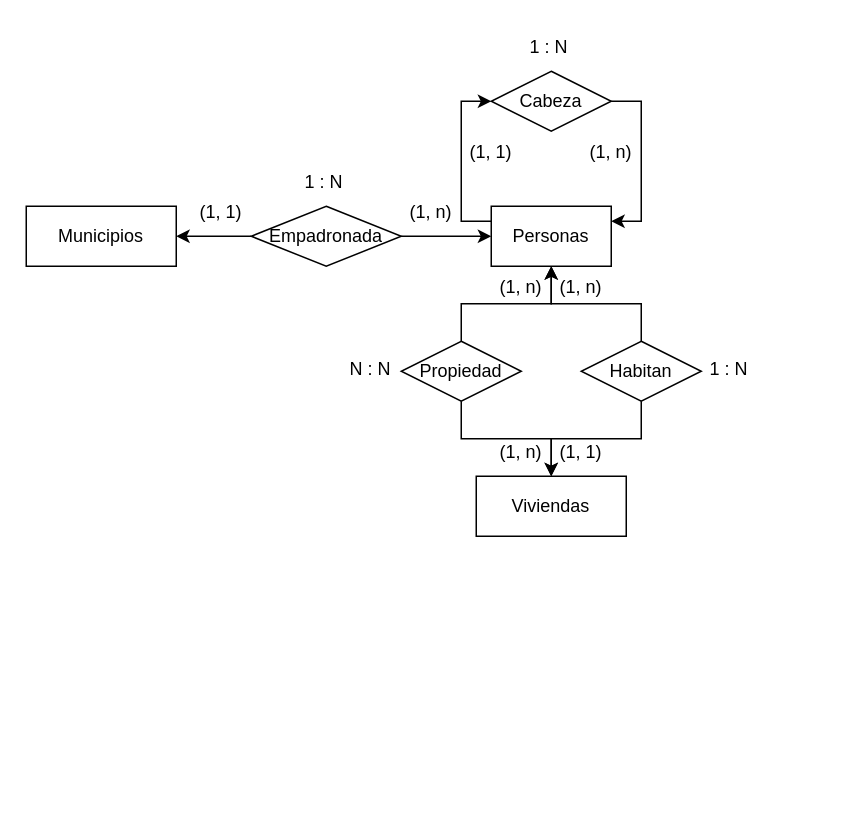
This is Ejercicio_Cuatro.drawio from Lioteronn/erp-diagrams, a draw.io file, before an edit. Source tidied: cells renumbered, new cells numbered last; positions are measured from the earlier drawing's top-left corner, leaving out a move shared by most shapes. Both pictures are drawn from the tidied source at 150%, with x=0, y=0 at pixel (26, 26).
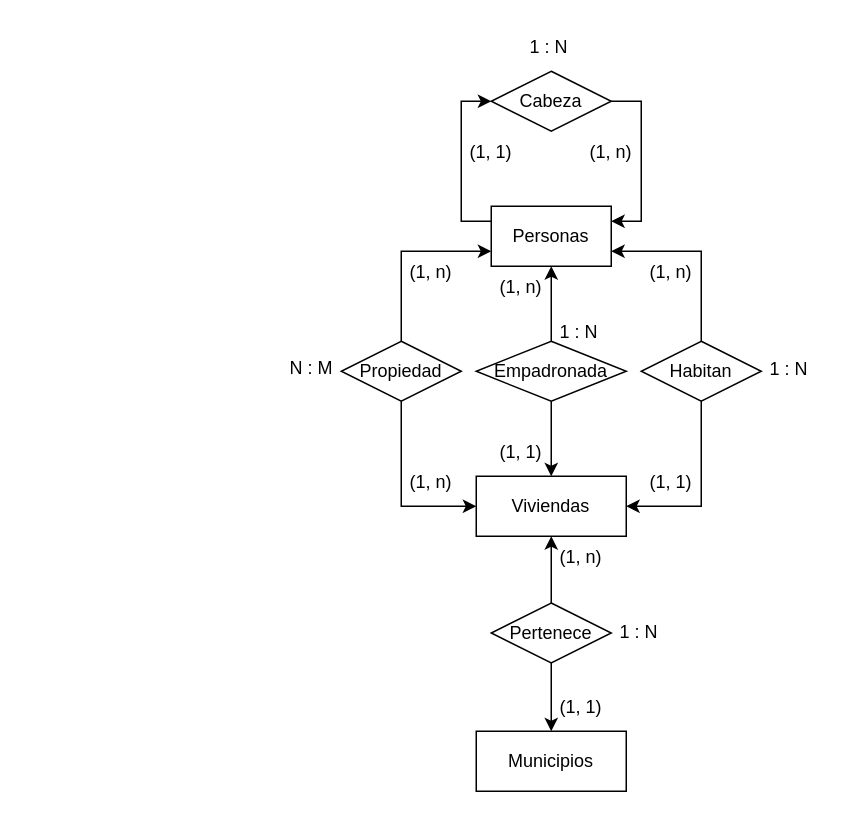
Above is the later version.

Unchanged cells that the change refers to:
```xml
<mxCell id="3" value="Viviendas" style="whiteSpace=wrap;html=1;align=center;" parent="1" vertex="1">
  <mxGeometry x="300" y="300" width="100" height="40" as="geometry" />
</mxCell>
<mxCell id="4" value="Personas" style="whiteSpace=wrap;html=1;align=center;" parent="1" vertex="1">
  <mxGeometry x="310" y="120" width="80" height="40" as="geometry" />
</mxCell>
```

What changed in the source:
```diff
@@
     <mxCell id="2" value="Municipios" style="whiteSpace=wrap;html=1;align=center;" parent="1" vertex="1">
-      <mxGeometry y="120" width="100" height="40" as="geometry" />
+      <mxGeometry x="300" y="470" width="100" height="40" as="geometry" />
     </mxCell>
@@
+    <mxCell id="29" style="edgeStyle=orthogonalEdgeStyle;rounded=0;jettySize=auto;html=1;entryX=0.5;entryY=0;entryDx=0;entryDy=0;" parent="1" edge="1" source="7" target="3">
+      <mxGeometry relative="1" as="geometry" />
+    </mxCell>
-    <mxCell id="5" style="edgeStyle=orthogonalEdgeStyle;rounded=0;jettySize=auto;html=1;" parent="1" edge="1" source="7" target="4">
+    <mxCell id="5" style="edgeStyle=orthogonalEdgeStyle;rounded=0;jettySize=auto;html=1;entryX=0.5;entryY=1;entryDx=0;entryDy=0;" parent="1" edge="1" source="7" target="4">
       <mxGeometry relative="1" as="geometry" />
     </mxCell>
-    <mxCell id="6" style="edgeStyle=orthogonalEdgeStyle;rounded=0;jettySize=auto;html=1;" parent="1" edge="1" source="7" target="2">
-      <mxGeometry relative="1" as="geometry" />
-    </mxCell>
     <mxCell id="7" value="Empadronada" style="shape=rhombus;perimeter=rhombusPerimeter;whiteSpace=wrap;html=1;align=center;" parent="1" vertex="1">
-      <mxGeometry x="150" y="120" width="100" height="40" as="geometry" />
+      <mxGeometry x="300" y="210" width="100" height="40" as="geometry" />
     </mxCell>
     <mxCell id="8" style="edgeStyle=orthogonalEdgeStyle;rounded=0;jettySize=auto;html=1;" parent="1" edge="1" source="10" target="4">
-      <mxGeometry relative="1" as="geometry" />
+      <mxGeometry relative="1" as="geometry">
+        <Array as="points">
+          <mxPoint x="450" y="150" />
+        </Array>
+      </mxGeometry>
     </mxCell>
     <mxCell id="9" style="edgeStyle=orthogonalEdgeStyle;rounded=0;jettySize=auto;html=1;" parent="1" edge="1" source="10" target="3">
-      <mxGeometry relative="1" as="geometry" />
+      <mxGeometry relative="1" as="geometry">
+        <Array as="points">
+          <mxPoint x="450" y="320" />
+        </Array>
+      </mxGeometry>
     </mxCell>
     <mxCell id="10" value="Habitan" style="shape=rhombus;perimeter=rhombusPerimeter;whiteSpace=wrap;html=1;align=center;rotation=0;" parent="1" vertex="1">
-      <mxGeometry x="370" y="210" width="80" height="40" as="geometry" />
+      <mxGeometry x="410" y="210" width="80" height="40" as="geometry" />
     </mxCell>
     <mxCell id="11" value="(1, 1)" style="text;strokeColor=none;fillColor=none;spacingLeft=4;spacingRight=4;overflow=hidden;fontSize=12;whiteSpace=wrap;html=1;" parent="1" vertex="1">
-      <mxGeometry x="110" y="110" width="40" height="30" as="geometry" />
+      <mxGeometry x="310" y="270" width="40" height="30" as="geometry" />
     </mxCell>
     <mxCell id="12" value="(1, n)" style="text;strokeColor=none;fillColor=none;spacingLeft=4;spacingRight=4;overflow=hidden;fontSize=12;whiteSpace=wrap;html=1;" parent="1" vertex="1">
-      <mxGeometry x="250" y="110" width="40" height="30" as="geometry" />
+      <mxGeometry x="310" y="160" width="40" height="30" as="geometry" />
     </mxCell>
     <mxCell id="13" value="1 : N" style="text;strokeColor=none;fillColor=none;spacingLeft=4;spacingRight=4;overflow=hidden;fontSize=12;whiteSpace=wrap;html=1;" parent="1" vertex="1">
-      <mxGeometry x="180" y="90" width="40" height="30" as="geometry" />
+      <mxGeometry x="350" y="190" width="40" height="30" as="geometry" />
     </mxCell>
     <mxCell id="14" value="(1, n)" style="text;strokeColor=none;fillColor=none;spacingLeft=4;spacingRight=4;overflow=hidden;fontSize=12;whiteSpace=wrap;html=1;" parent="1" vertex="1">
-      <mxGeometry x="350" y="160" width="40" height="30" as="geometry" />
+      <mxGeometry x="410" y="150" width="40" height="30" as="geometry" />
     </mxCell>
     <mxCell id="15" value="(1, 1)" style="text;strokeColor=none;fillColor=none;spacingLeft=4;spacingRight=4;overflow=hidden;fontSize=12;whiteSpace=wrap;html=1;" parent="1" vertex="1">
-      <mxGeometry x="350" y="270" width="40" height="30" as="geometry" />
+      <mxGeometry x="410" y="290" width="40" height="30" as="geometry" />
     </mxCell>
     <mxCell id="16" value="1 : N" style="text;strokeColor=none;fillColor=none;spacingLeft=4;spacingRight=4;overflow=hidden;fontSize=12;whiteSpace=wrap;html=1;" parent="1" vertex="1">
-      <mxGeometry x="450" y="215" width="40" height="30" as="geometry" />
+      <mxGeometry x="490" y="215" width="40" height="30" as="geometry" />
     </mxCell>
-    <mxCell id="17" style="edgeStyle=orthogonalEdgeStyle;rounded=0;jettySize=auto;html=1;entryX=0.5;entryY=1;entryDx=0;entryDy=0;" parent="1" edge="1" source="19" target="4">
-      <mxGeometry relative="1" as="geometry" />
+    <mxCell id="17" style="edgeStyle=orthogonalEdgeStyle;rounded=0;jettySize=auto;html=1;entryX=0;entryY=0.75;entryDx=0;entryDy=0;" parent="1" edge="1" source="19" target="4">
+      <mxGeometry relative="1" as="geometry">
+        <Array as="points">
+          <mxPoint x="250" y="150" />
+        </Array>
+      </mxGeometry>
     </mxCell>
-    <mxCell id="18" style="edgeStyle=orthogonalEdgeStyle;rounded=0;jettySize=auto;html=1;entryX=0.5;entryY=0;entryDx=0;entryDy=0;" parent="1" edge="1" source="19" target="3">
-      <mxGeometry relative="1" as="geometry" />
+    <mxCell id="18" style="edgeStyle=orthogonalEdgeStyle;rounded=0;jettySize=auto;html=1;entryX=0;entryY=0.5;entryDx=0;entryDy=0;" parent="1" edge="1" source="19" target="3">
+      <mxGeometry relative="1" as="geometry">
+        <Array as="points">
+          <mxPoint x="250" y="320" />
+        </Array>
+      </mxGeometry>
     </mxCell>
     <mxCell id="19" value="Propiedad" style="shape=rhombus;perimeter=rhombusPerimeter;whiteSpace=wrap;html=1;align=center;rotation=0;" parent="1" vertex="1">
-      <mxGeometry x="250" y="210" width="80" height="40" as="geometry" />
+      <mxGeometry x="210" y="210" width="80" height="40" as="geometry" />
     </mxCell>
     <mxCell id="20" value="(1, n)" style="text;strokeColor=none;fillColor=none;spacingLeft=4;spacingRight=4;overflow=hidden;fontSize=12;whiteSpace=wrap;html=1;" parent="1" vertex="1">
-      <mxGeometry x="310" y="160" width="40" height="30" as="geometry" />
+      <mxGeometry x="250" y="150" width="40" height="30" as="geometry" />
     </mxCell>
     <mxCell id="21" value="(1, n)" style="text;strokeColor=none;fillColor=none;spacingLeft=4;spacingRight=4;overflow=hidden;fontSize=12;whiteSpace=wrap;html=1;" parent="1" vertex="1">
-      <mxGeometry x="310" y="270" width="40" height="30" as="geometry" />
+      <mxGeometry x="250" y="290" width="40" height="30" as="geometry" />
     </mxCell>
-    <mxCell id="22" value="N : N" style="text;strokeColor=none;fillColor=none;spacingLeft=4;spacingRight=4;overflow=hidden;fontSize=12;whiteSpace=wrap;html=1;" parent="1" vertex="1">
-      <mxGeometry x="210" y="215" width="40" height="30" as="geometry" />
+    <mxCell id="22" value="N : M" style="text;strokeColor=none;fillColor=none;spacingLeft=4;spacingRight=4;overflow=hidden;fontSize=12;whiteSpace=wrap;html=1;" parent="1" vertex="1">
+      <mxGeometry x="170" y="214" width="40" height="30" as="geometry" />
     </mxCell>
@@
+    <mxCell id="30" style="edgeStyle=orthogonalEdgeStyle;rounded=0;jettySize=auto;html=1;" parent="1" edge="1" source="32" target="2">
+      <mxGeometry relative="1" as="geometry" />
+    </mxCell>
+    <mxCell id="31" style="edgeStyle=orthogonalEdgeStyle;rounded=0;jettySize=auto;html=1;entryX=0.5;entryY=1;entryDx=0;entryDy=0;" parent="1" edge="1" source="32" target="3">
+      <mxGeometry relative="1" as="geometry" />
+    </mxCell>
+    <mxCell id="32" value="Pertenece" style="shape=rhombus;perimeter=rhombusPerimeter;whiteSpace=wrap;html=1;align=center;rotation=0;" parent="1" vertex="1">
+      <mxGeometry x="310" y="384.5" width="80" height="40" as="geometry" />
+    </mxCell>
+    <mxCell id="33" value="(1, 1)" style="text;strokeColor=none;fillColor=none;spacingLeft=4;spacingRight=4;overflow=hidden;fontSize=12;whiteSpace=wrap;html=1;" parent="1" vertex="1">
+      <mxGeometry x="350" y="440" width="40" height="30" as="geometry" />
+    </mxCell>
+    <mxCell id="34" value="(1, n)" style="text;strokeColor=none;fillColor=none;spacingLeft=4;spacingRight=4;overflow=hidden;fontSize=12;whiteSpace=wrap;html=1;" parent="1" vertex="1">
+      <mxGeometry x="350" y="340" width="40" height="30" as="geometry" />
+    </mxCell>
+    <mxCell id="35" value="1 : N" style="text;strokeColor=none;fillColor=none;spacingLeft=4;spacingRight=4;overflow=hidden;fontSize=12;whiteSpace=wrap;html=1;" parent="1" vertex="1">
+      <mxGeometry x="390" y="389.5" width="40" height="30" as="geometry" />
+    </mxCell>
```
